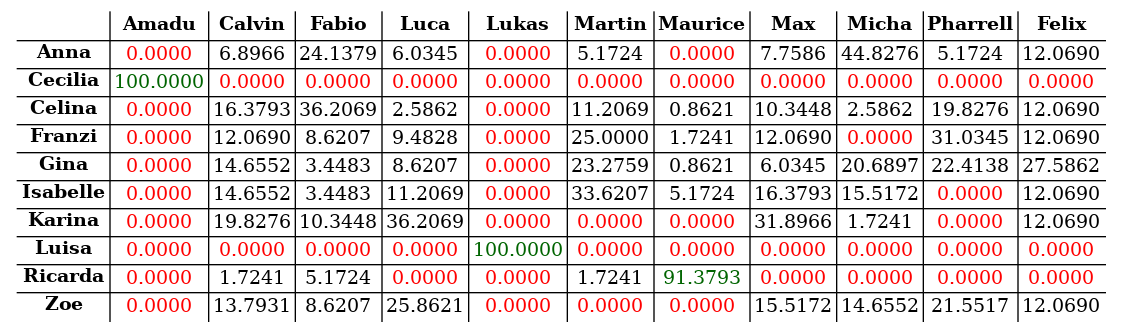
Above: s02r/s02r_tab.png in atticus-sullivan/sim-ayto (Graphviz), before the change. Its source is kept beside it as s02r/s02r_tab.dot.
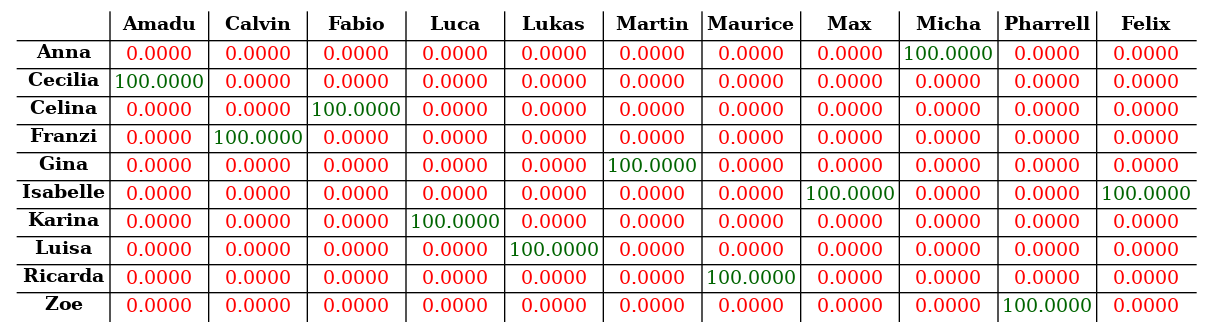
After the change.

Change to the diagram source:
```diff
@@ -1,14 +1,14 @@
 digraph structs { node[shape=plaintext] struct[label=<
 <table cellspacing="2" border="0" rows="*" columns="*">
 <tr><td></td><td><B>Amadu</B></td><td><B>Calvin</B></td><td><B>Fabio</B></td><td><B>Luca</B></td><td><B>Lukas</B></td><td><B>Martin</B></td><td><B>Maurice</B></td><td><B>Max</B></td><td><B>Micha</B></td><td><B>Pharrell</B></td><td><B>Felix</B></td></tr>
-<tr><td><B>Anna</B></td><td><font color="red">0.0000</font></td><td><font color="black">6.8966</font></td><td><font color="black">24.1379</font></td><td><font color="black">6.0345</font></td><td><font color="red">0.0000</font></td><td><font color="black">5.1724</font></td><td><font color="red">0.0000</font></td><td><font color="black">7.7586</font></td><td><font color="black">44.8276</font></td><td><font color="black">5.1724</font></td><td><font color="black">12.0690</font></td></tr>
+<tr><td><B>Anna</B></td><td><font color="red">0.0000</font></td><td><font color="red">0.0000</font></td><td><font color="red">0.0000</font></td><td><font color="red">0.0000</font></td><td><font color="red">0.0000</font></td><td><font color="red">0.0000</font></td><td><font color="red">0.0000</font></td><td><font color="red">0.0000</font></td><td><font color="darkgreen">100.0000</font></td><td><font color="red">0.0000</font></td><td><font color="red">0.0000</font></td></tr>
 <tr><td><B>Cecilia</B></td><td><font color="darkgreen">100.0000</font></td><td><font color="red">0.0000</font></td><td><font color="red">0.0000</font></td><td><font color="red">0.0000</font></td><td><font color="red">0.0000</font></td><td><font color="red">0.0000</font></td><td><font color="red">0.0000</font></td><td><font color="red">0.0000</font></td><td><font color="red">0.0000</font></td><td><font color="red">0.0000</font></td><td><font color="red">0.0000</font></td></tr>
-<tr><td><B>Celina</B></td><td><font color="red">0.0000</font></td><td><font color="black">16.3793</font></td><td><font color="black">36.2069</font></td><td><font color="black">2.5862</font></td><td><font color="red">0.0000</font></td><td><font color="black">11.2069</font></td><td><font color="black">0.8621</font></td><td><font color="black">10.3448</font></td><td><font color="black">2.5862</font></td><td><font color="black">19.8276</font></td><td><font color="black">12.0690</font></td></tr>
-<tr><td><B>Franzi</B></td><td><font color="red">0.0000</font></td><td><font color="black">12.0690</font></td><td><font color="black">8.6207</font></td><td><font color="black">9.4828</font></td><td><font color="red">0.0000</font></td><td><font color="black">25.0000</font></td><td><font color="black">1.7241</font></td><td><font color="black">12.0690</font></td><td><font color="red">0.0000</font></td><td><font color="black">31.0345</font></td><td><font color="black">12.0690</font></td></tr>
-<tr><td><B>Gina</B></td><td><font color="red">0.0000</font></td><td><font color="black">14.6552</font></td><td><font color="black">3.4483</font></td><td><font color="black">8.6207</font></td><td><font color="red">0.0000</font></td><td><font color="black">23.2759</font></td><td><font color="black">0.8621</font></td><td><font color="black">6.0345</font></td><td><font color="black">20.6897</font></td><td><font color="black">22.4138</font></td><td><font color="black">27.5862</font></td></tr>
-<tr><td><B>Isabelle</B></td><td><font color="red">0.0000</font></td><td><font color="black">14.6552</font></td><td><font color="black">3.4483</font></td><td><font color="black">11.2069</font></td><td><font color="red">0.0000</font></td><td><font color="black">33.6207</font></td><td><font color="black">5.1724</font></td><td><font color="black">16.3793</font></td><td><font color="black">15.5172</font></td><td><font color="red">0.0000</font></td><td><font color="black">12.0690</font></td></tr>
-<tr><td><B>Karina</B></td><td><font color="red">0.0000</font></td><td><font color="black">19.8276</font></td><td><font color="black">10.3448</font></td><td><font color="black">36.2069</font></td><td><font color="red">0.0000</font></td><td><font color="red">0.0000</font></td><td><font color="red">0.0000</font></td><td><font color="black">31.8966</font></td><td><font color="black">1.7241</font></td><td><font color="red">0.0000</font></td><td><font color="black">12.0690</font></td></tr>
+<tr><td><B>Celina</B></td><td><font color="red">0.0000</font></td><td><font color="red">0.0000</font></td><td><font color="darkgreen">100.0000</font></td><td><font color="red">0.0000</font></td><td><font color="red">0.0000</font></td><td><font color="red">0.0000</font></td><td><font color="red">0.0000</font></td><td><font color="red">0.0000</font></td><td><font color="red">0.0000</font></td><td><font color="red">0.0000</font></td><td><font color="red">0.0000</font></td></tr>
+<tr><td><B>Franzi</B></td><td><font color="red">0.0000</font></td><td><font color="darkgreen">100.0000</font></td><td><font color="red">0.0000</font></td><td><font color="red">0.0000</font></td><td><font color="red">0.0000</font></td><td><font color="red">0.0000</font></td><td><font color="red">0.0000</font></td><td><font color="red">0.0000</font></td><td><font color="red">0.0000</font></td><td><font color="red">0.0000</font></td><td><font color="red">0.0000</font></td></tr>
+<tr><td><B>Gina</B></td><td><font color="red">0.0000</font></td><td><font color="red">0.0000</font></td><td><font color="red">0.0000</font></td><td><font color="red">0.0000</font></td><td><font color="red">0.0000</font></td><td><font color="darkgreen">100.0000</font></td><td><font color="red">0.0000</font></td><td><font color="red">0.0000</font></td><td><font color="red">0.0000</font></td><td><font color="red">0.0000</font></td><td><font color="red">0.0000</font></td></tr>
+<tr><td><B>Isabelle</B></td><td><font color="red">0.0000</font></td><td><font color="red">0.0000</font></td><td><font color="red">0.0000</font></td><td><font color="red">0.0000</font></td><td><font color="red">0.0000</font></td><td><font color="red">0.0000</font></td><td><font color="red">0.0000</font></td><td><font color="darkgreen">100.0000</font></td><td><font color="red">0.0000</font></td><td><font color="red">0.0000</font></td><td><font color="darkgreen">100.0000</font></td></tr>
+<tr><td><B>Karina</B></td><td><font color="red">0.0000</font></td><td><font color="red">0.0000</font></td><td><font color="red">0.0000</font></td><td><font color="darkgreen">100.0000</font></td><td><font color="red">0.0000</font></td><td><font color="red">0.0000</font></td><td><font color="red">0.0000</font></td><td><font color="red">0.0000</font></td><td><font color="red">0.0000</font></td><td><font color="red">0.0000</font></td><td><font color="red">0.0000</font></td></tr>
 <tr><td><B>Luisa</B></td><td><font color="red">0.0000</font></td><td><font color="red">0.0000</font></td><td><font color="red">0.0000</font></td><td><font color="red">0.0000</font></td><td><font color="darkgreen">100.0000</font></td><td><font color="red">0.0000</font></td><td><font color="red">0.0000</font></td><td><font color="red">0.0000</font></td><td><font color="red">0.0000</font></td><td><font color="red">0.0000</font></td><td><font color="red">0.0000</font></td></tr>
-<tr><td><B>Ricarda</B></td><td><font color="red">0.0000</font></td><td><font color="black">1.7241</font></td><td><font color="black">5.1724</font></td><td><font color="red">0.0000</font></td><td><font color="red">0.0000</font></td><td><font color="black">1.7241</font></td><td><font color="darkgreen">91.3793</font></td><td><font color="red">0.0000</font></td><td><font color="red">0.0000</font></td><td><font color="red">0.0000</font></td><td><font color="red">0.0000</font></td></tr>
-<tr><td><B>Zoe</B></td><td><font color="red">0.0000</font></td><td><font color="black">13.7931</font></td><td><font color="black">8.6207</font></td><td><font color="black">25.8621</font></td><td><font color="red">0.0000</font></td><td><font color="red">0.0000</font></td><td><font color="red">0.0000</font></td><td><font color="black">15.5172</font></td><td><font color="black">14.6552</font></td><td><font color="black">21.5517</font></td><td><font color="black">12.0690</font></td></tr>
+<tr><td><B>Ricarda</B></td><td><font color="red">0.0000</font></td><td><font color="red">0.0000</font></td><td><font color="red">0.0000</font></td><td><font color="red">0.0000</font></td><td><font color="red">0.0000</font></td><td><font color="red">0.0000</font></td><td><font color="darkgreen">100.0000</font></td><td><font color="red">0.0000</font></td><td><font color="red">0.0000</font></td><td><font color="red">0.0000</font></td><td><font color="red">0.0000</font></td></tr>
+<tr><td><B>Zoe</B></td><td><font color="red">0.0000</font></td><td><font color="red">0.0000</font></td><td><font color="red">0.0000</font></td><td><font color="red">0.0000</font></td><td><font color="red">0.0000</font></td><td><font color="red">0.0000</font></td><td><font color="red">0.0000</font></td><td><font color="red">0.0000</font></td><td><font color="red">0.0000</font></td><td><font color="darkgreen">100.0000</font></td><td><font color="red">0.0000</font></td></tr>
 </table>>];}
```
